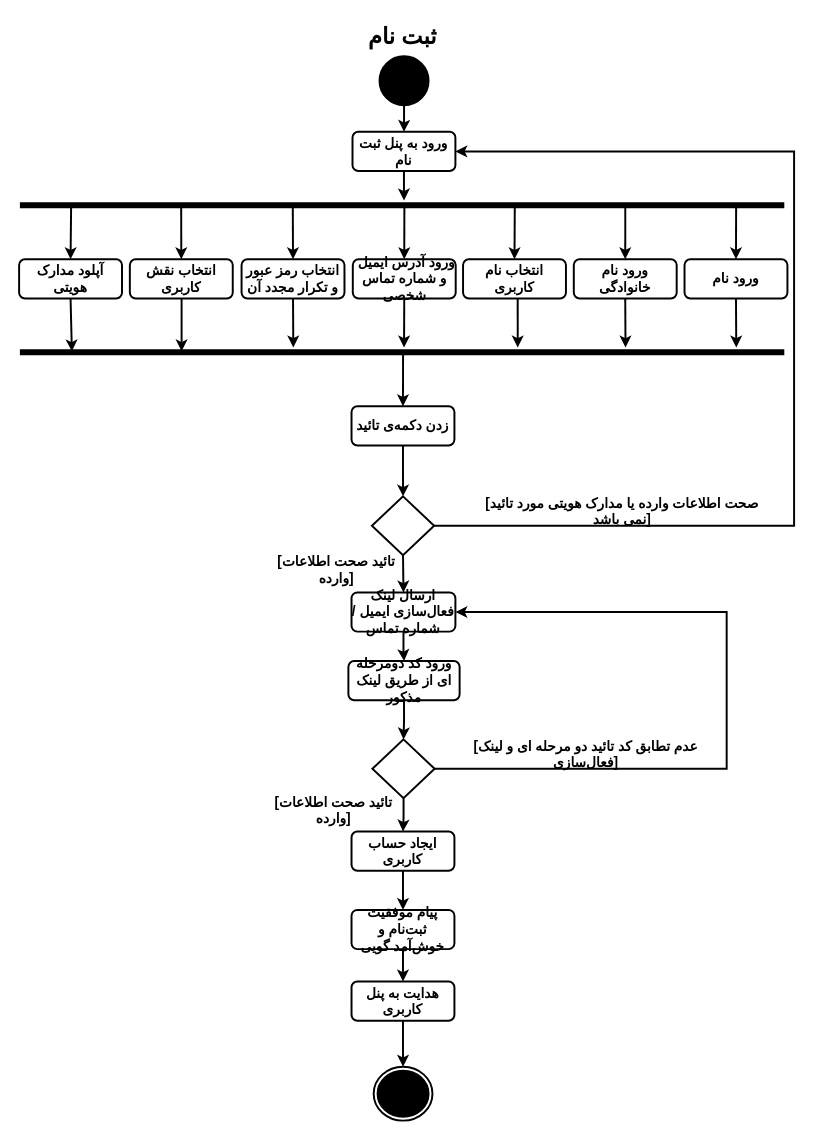
Earlier version of the draw.io diagram page "SignUp" (8 of 23) of ActivityDiagram/MiddleWare_CarBaMaActivityDiagram.drawio (MelvinMo/CarBaMa_Automotive-Sale-Application). Source tidied: cells renumbered, new cells numbered last; positions are measured from the earlier drawing's top-left corner, leaving out a move shared by most shapes. Both pictures are drawn from the tidied source at 98%, with x=0, y=0 at pixel (19, 17).
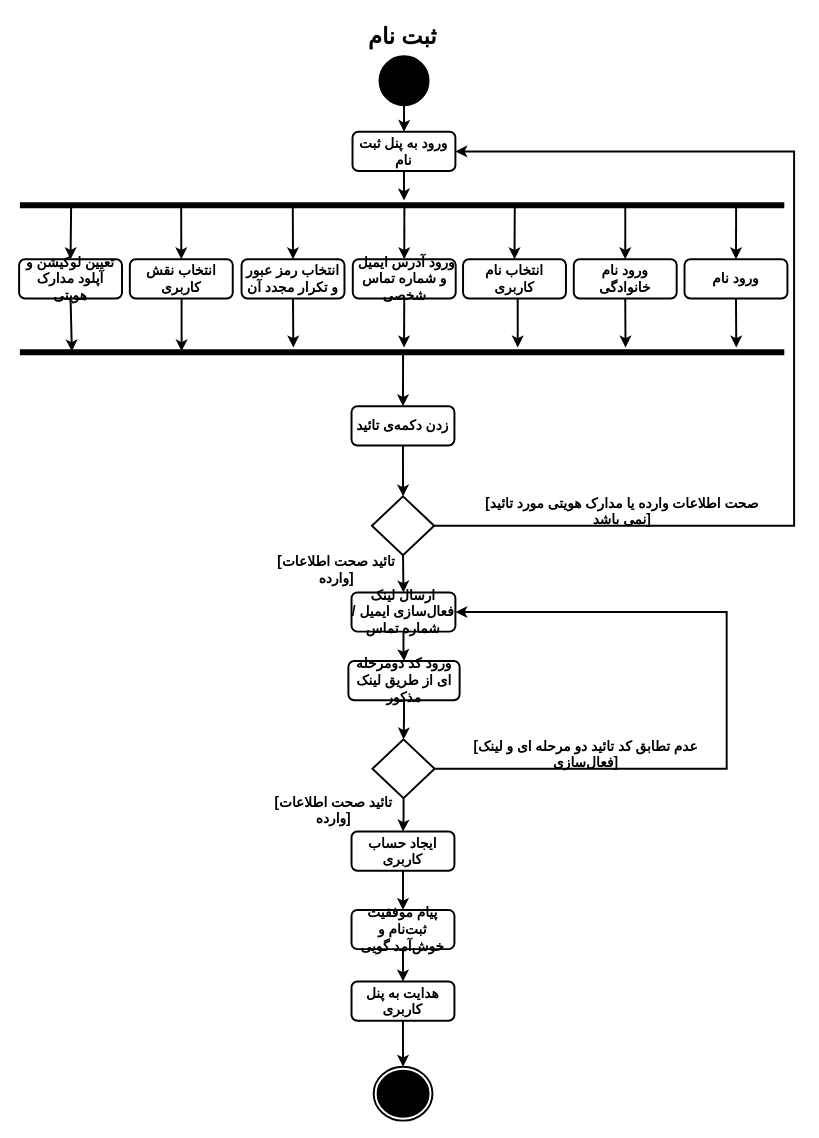
The same page after the edit.

Change to the diagram source:
```diff
@@
-    <mxCell id="5" value="&lt;div style=&quot;direction: rtl;&quot;&gt;&lt;b style=&quot;font-size: 14px; background-color: initial;&quot;&gt;آپلود مدارک هویتی&lt;/b&gt;&lt;/div&gt;" style="rounded=1;whiteSpace=wrap;html=1;strokeColor=#000000;fillColor=none;strokeWidth=2;" parent="1" vertex="1">
+    <mxCell id="5" value="&lt;div style=&quot;direction: rtl;&quot;&gt;&lt;b style=&quot;font-size: 14px; background-color: initial;&quot;&gt;تعیین لوکیشن و آپلود مدارک هویتی&lt;/b&gt;&lt;/div&gt;" style="rounded=1;whiteSpace=wrap;html=1;strokeColor=#000000;fillColor=none;strokeWidth=2;" parent="1" vertex="1">
       <mxGeometry y="247" width="105" height="40" as="geometry" />
     </mxCell>
```
